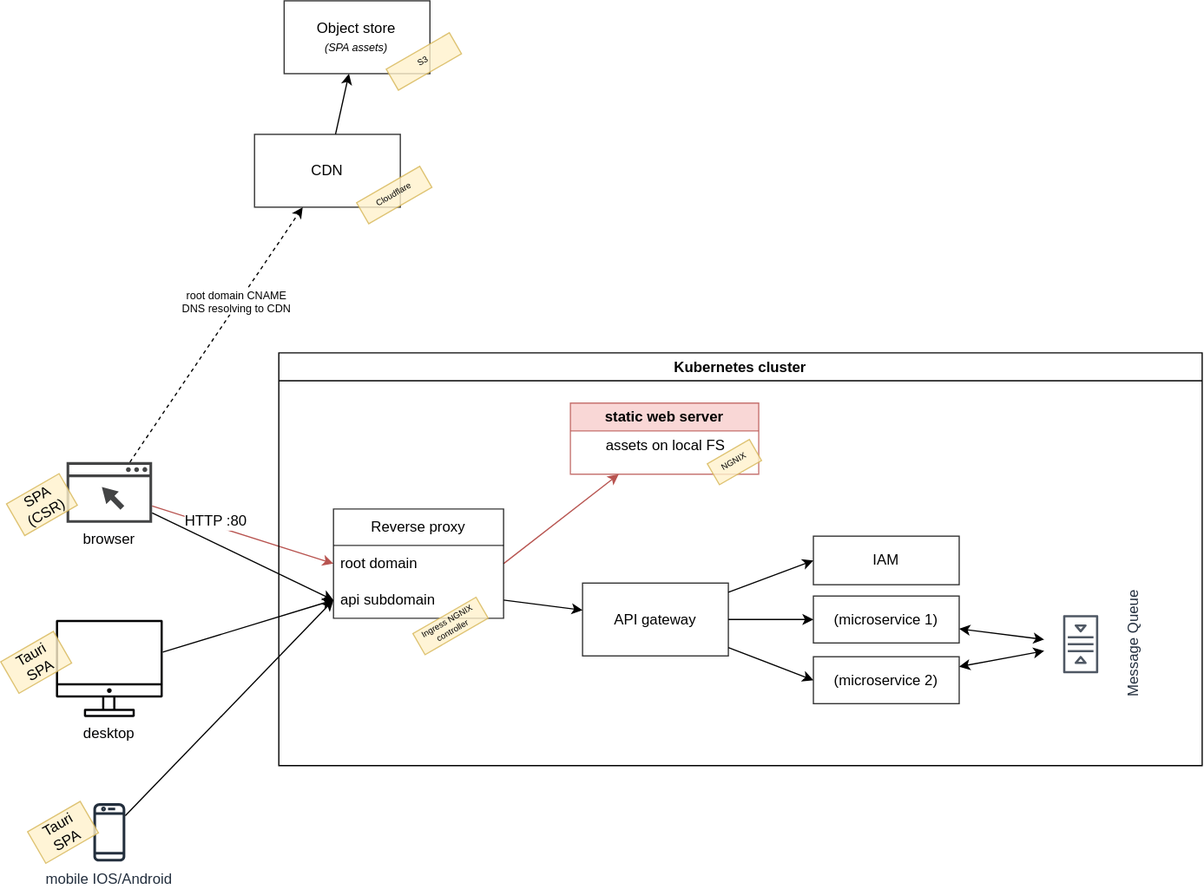
Earlier version of the draw.io export docs/microservices-architecture.drawio.svg (szn-app/donation-web-platform). Source tidied: cells renumbered, new cells last; positions are measured from the earlier drawing's top-left corner, leaving out a move shared by most shapes.
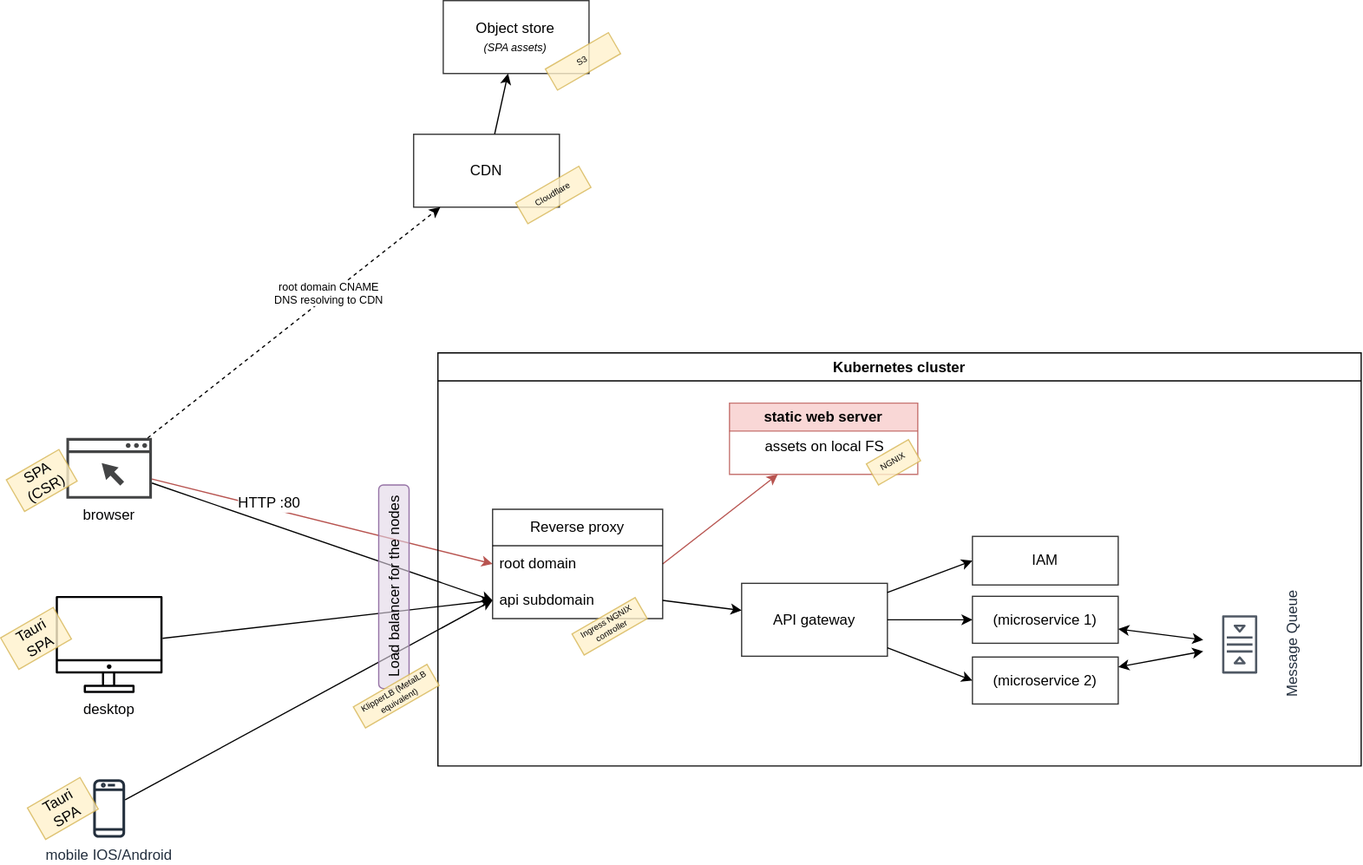
The same file after the commit.

Commit message:
ci(terraform): refactor .tf config statements & update diagram docs

The edit, as a diff of the source:
```diff
@@ -75,7 +75,7 @@
       <mxGeometry x="66.3" y="115" width="60" height="20" as="geometry" />
     </mxCell>
     <mxCell id="26" style="group;" parent="1" vertex="1">
-      <mxGeometry x="22.2" y="659.5" width="80.4" height="51" as="geometry" />
+      <mxGeometry x="-108.9" y="639.5" width="80.4" height="51" as="geometry" />
     </mxCell>
     <mxCell id="27" value="mobile IOS/Android&lt;br&gt;" style="sketch=0;outlineConnect=0;fontColor=#232F3E;gradientColor=none;fillColor=#232F3D;strokeColor=none;dashed=0;verticalLabelPosition=bottom;verticalAlign=top;align=center;html=1;fontSize=12;fontStyle=0;shape=mxgraph.aws4.mobile_client;" parent="26" vertex="1">
       <mxGeometry x="54.2" y="0.5" width="26.3" height="50" as="geometry" />
@@ -84,7 +84,7 @@
       <mxGeometry x="4.2" y="10.5" width="50" height="30" as="geometry" />
     </mxCell>
     <mxCell id="29" style="group;" parent="1" vertex="1">
-      <mxGeometry x="0.1" y="510" width="133.3" height="80" as="geometry" />
+      <mxGeometry x="-131" y="490" width="133.3" height="80" as="geometry" />
     </mxCell>
     <mxCell id="30" value="&lt;font color=&quot;#020203&quot;&gt;desktop &lt;br&gt;&lt;br&gt;&lt;/font&gt;" style="sketch=0;outlineConnect=0;gradientColor=none;fontColor=#545B64;strokeColor=#020203;fillColor=#020203;dashed=0;verticalLabelPosition=bottom;verticalAlign=top;align=center;html=1;fontSize=12;fontStyle=0;shape=mxgraph.aws4.illustration_desktop;" parent="29" vertex="1">
       <mxGeometry x="45.4" width="87.9" height="80" as="geometry" />
@@ -93,7 +93,7 @@
       <mxGeometry x="4.2" y="20" width="50" height="30" as="geometry" />
     </mxCell>
     <mxCell id="32" style="group;" parent="1" vertex="1">
-      <mxGeometry x="4.8" y="380" width="119.9" height="60.5" as="geometry" />
+      <mxGeometry x="-126.3" y="360" width="119.9" height="60.5" as="geometry" />
     </mxCell>
     <mxCell id="33" value="browser&lt;br&gt;" style="sketch=0;shadow=0;dashed=0;html=1;strokeColor=none;fillColor=#434445;labelPosition=center;verticalLabelPosition=bottom;verticalAlign=top;align=center;outlineConnect=0;shape=mxgraph.vvd.web_browser;fontColor=#020203;" parent="32" vertex="1">
       <mxGeometry x="49.4" width="70.4" height="50" as="geometry" />
@@ -131,5 +131,11 @@
     <mxCell id="44" style="edgeStyle=none;html=1;entryX=0;entryY=0.5;entryDx=0;entryDy=0;fontSize=9;" parent="1" edge="1" source="33" target="24">
       <mxGeometry relative="1" as="geometry" />
     </mxCell>
+    <mxCell id="45" value="Load balancer for the nodes" style="rounded=1;whiteSpace=wrap;html=1;rotation=-90;glass=0;shadow=0;fillStyle=auto;fillColor=#e1d5e7;strokeColor=#9673a6;fillOpacity=60;" parent="1" vertex="1">
+      <mxGeometry x="109" y="470" width="167.5" height="25" as="geometry" />
+    </mxCell>
+    <mxCell id="46" value="&lt;font color=&quot;#020203&quot;&gt;KlipperLB (MetalLB equivalent)&lt;/font&gt;" style="text;html=1;fillColor=#fff2cc;align=center;verticalAlign=middle;whiteSpace=wrap;rounded=0;rotation=-30;strokeColor=#d6b656;glass=0;fillOpacity=100;strokeOpacity=100;opacity=80;arcSize=12;fontSize=7;" parent="1" vertex="1">
+      <mxGeometry x="159.7" y="562.5" width="70" height="20" as="geometry" />
+    </mxCell>
   </root>
 </mxGraphModel>
```
